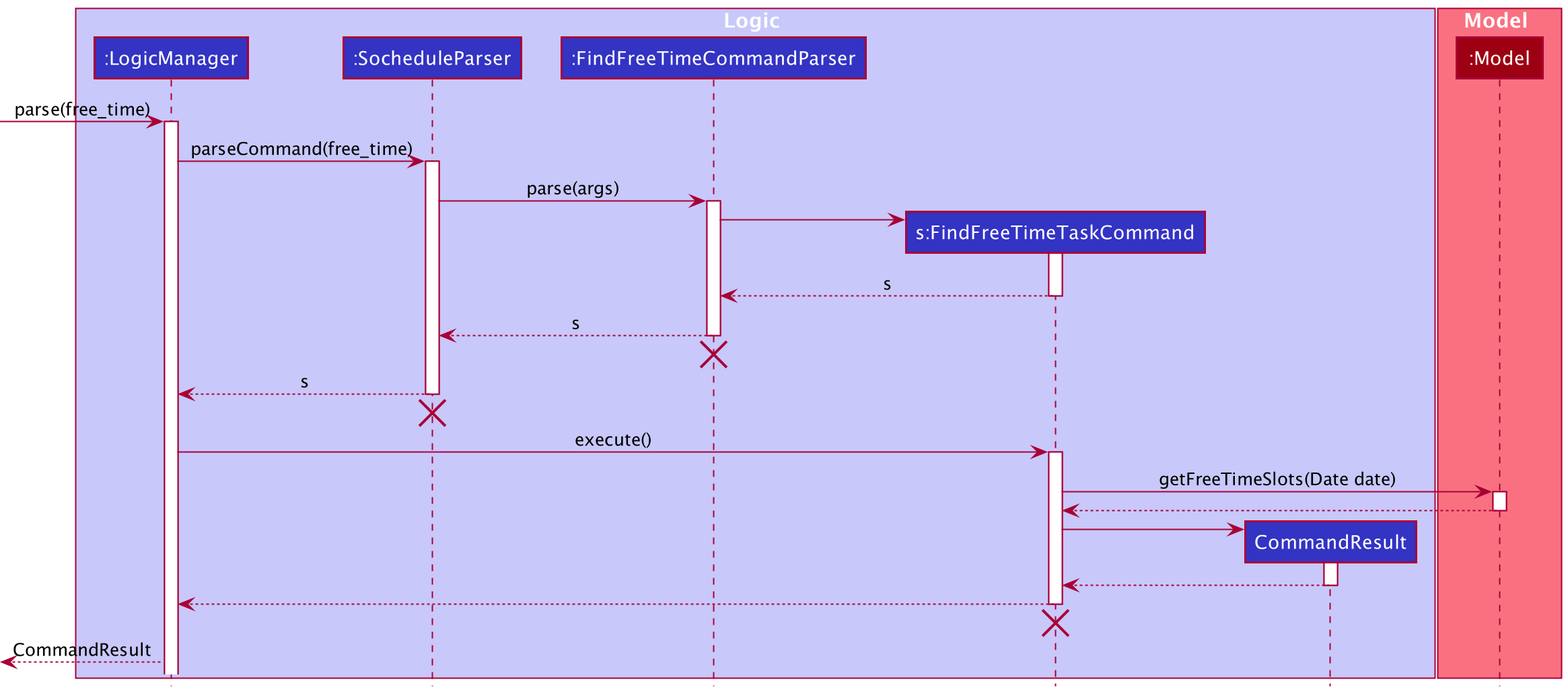
The PlantUML diagram docs/images/FindFreeTimeCommandSequenceDiagram.png in nus-cs2103-AY2021S2/tp, before a commit.
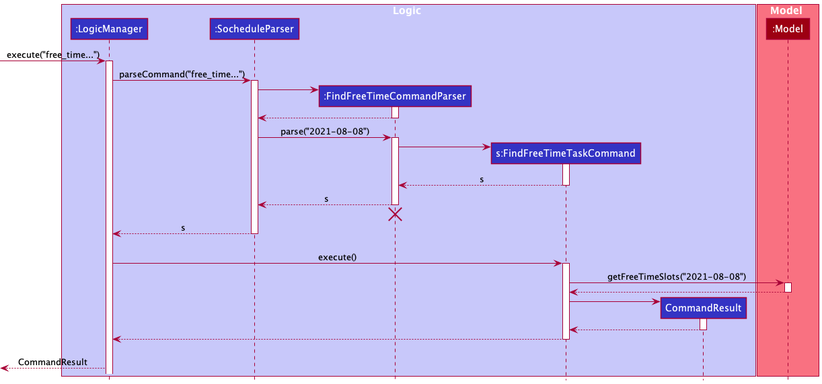
The same file after the commit.

Diff of the diagram source:
```diff
@@ -13,13 +13,20 @@
 participant ":Model" as Model MODEL_COLOR
 end box
 
-[-> LogicManager : parse(free_time)
+[-> LogicManager : execute("free_time...")
 activate LogicManager
 
-LogicManager -> SocheduleParser : parseCommand(free_time)
+LogicManager -> SocheduleParser : parseCommand("free_time...")
 activate SocheduleParser
 
-SocheduleParser -> FindFreeTimeCommandParser: parse(args)
+create FindFreeTimeCommandParser
+SocheduleParser -> FindFreeTimeCommandParser
+activate FindFreeTimeCommandParser
+
+FindFreeTimeCommandParser --> SocheduleParser
+deactivate FindFreeTimeCommandParser
+
+SocheduleParser -> FindFreeTimeCommandParser: parse("2021-08-08")
 activate FindFreeTimeCommandParser
 
 create FindFreeTimeCommand
@@ -36,12 +43,11 @@
 LogicManager <-- SocheduleParser : s
 deactivate SocheduleParser
 SocheduleParser -[hidden]->[
-destroy SocheduleParser
 
 LogicManager -> FindFreeTimeCommand : execute()
 activate FindFreeTimeCommand
 
-FindFreeTimeCommand -> Model : getFreeTimeSlots(Date date)
+FindFreeTimeCommand -> Model : getFreeTimeSlots("2021-08-08")
 activate Model
 FindFreeTimeCommand <-- Model
 deactivate Model
@@ -55,7 +61,6 @@
 LogicManager <-- FindFreeTimeCommand
 deactivate FindFreeTimeCommand
 FindFreeTimeCommand -[hidden]->[
-destroy FindFreeTimeCommand
 
 [<-- LogicManager : CommandResult
 @enduml
```
